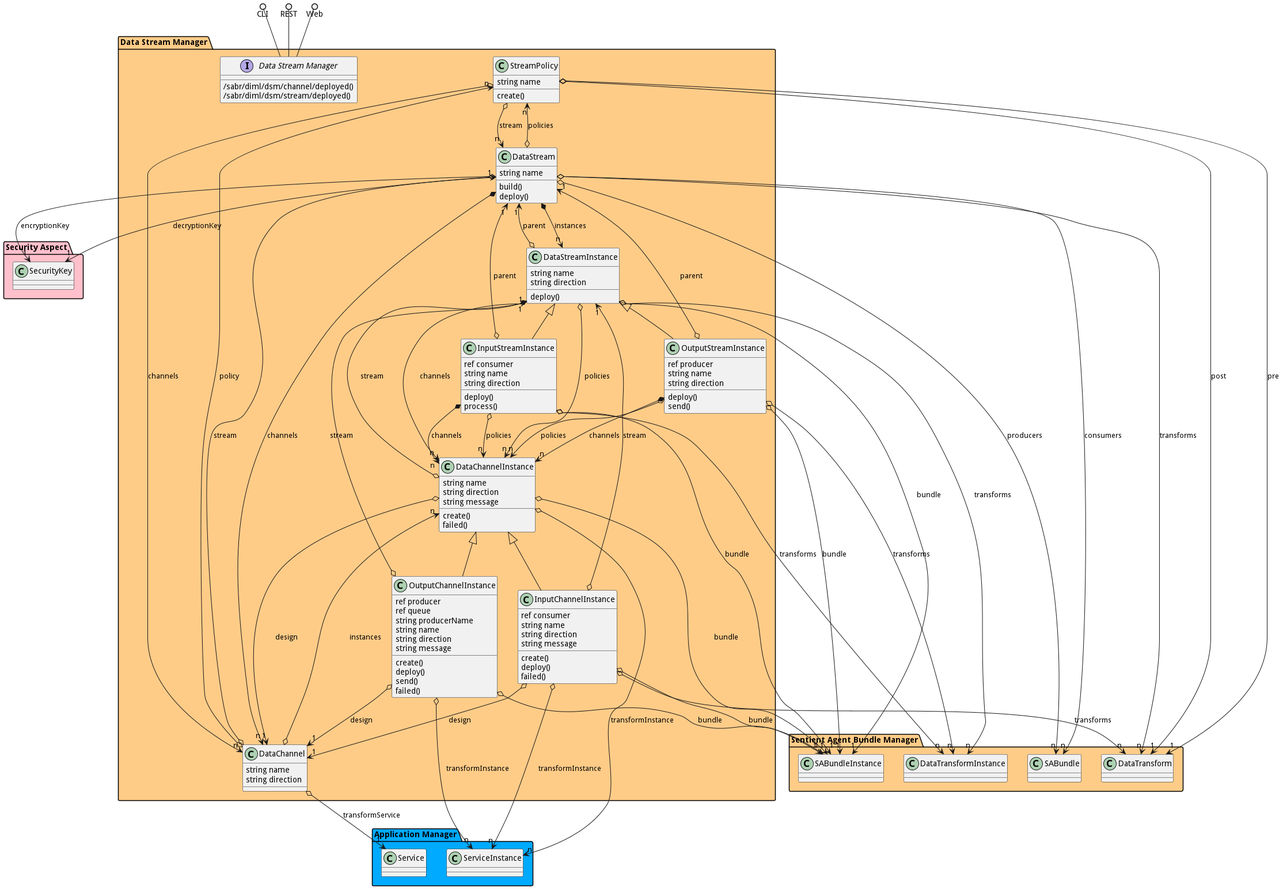
Earlier version of the PlantUML export docs/sabr/diml/dsm/logical.png (madajaju/sabr).
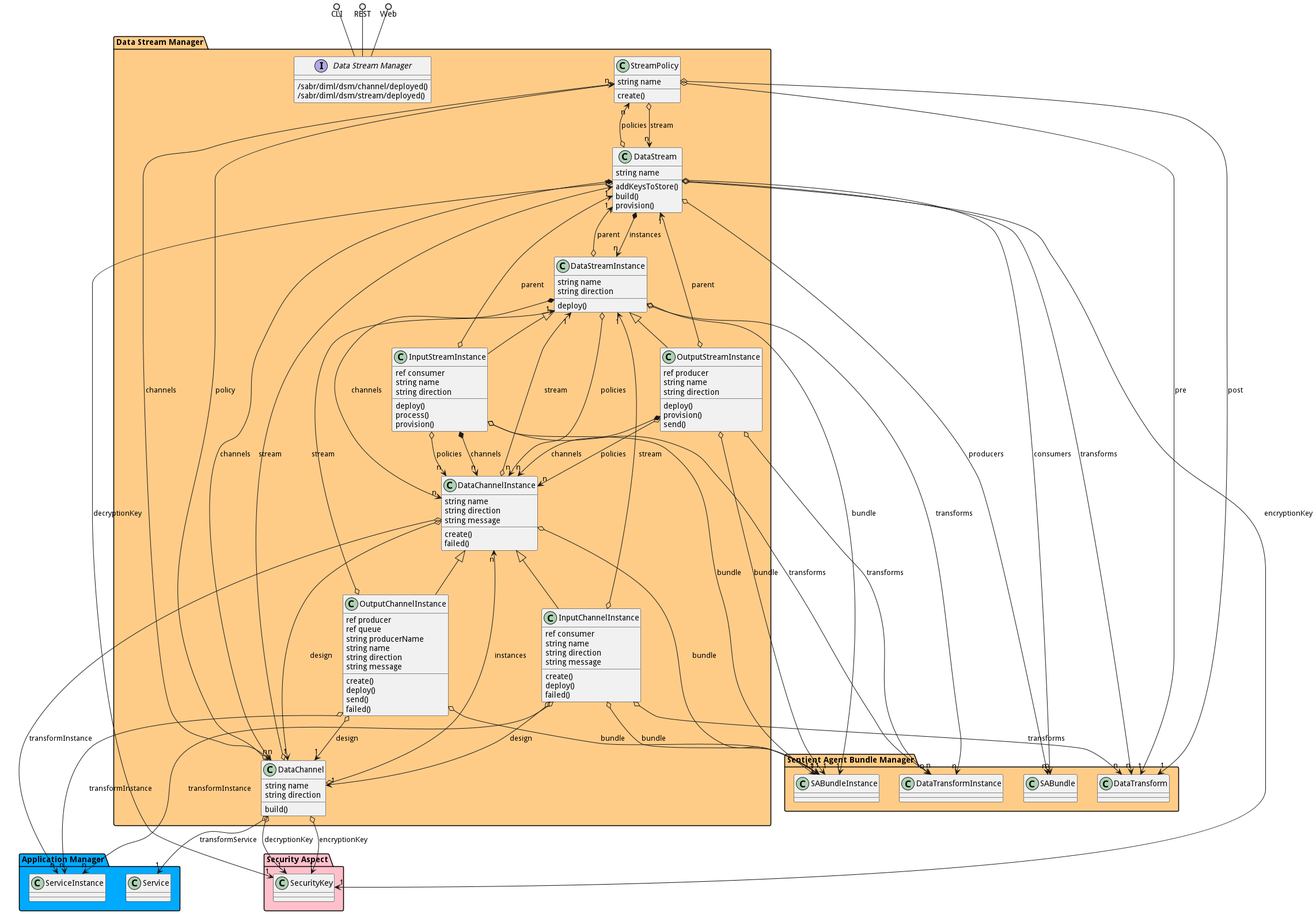
After the commit.

Diff of the diagram source:
```diff
@@ -28,6 +28,12 @@
         }
     }
 
+package "Security Aspect" #pink {
+
+        class SecurityKey {
+        }
+    }
+
 package "Sentient Agent Bundle Manager" #ffcc88 {
 
         class SABundleInstance {
@@ -40,12 +46,6 @@
         }
 
         class DataTransformInstance {
-        }
-    }
-
-package "Security Aspect" #pink {
-
-        class SecurityKey {
         }
     }
 
@@ -67,11 +67,14 @@
         class "DataChannel" {
                  string name
                  string direction
-                    }
+                             build()
+            }
                 DataChannel o--> "1" Service : transformService
                         DataChannel o--> "n" StreamPolicy : policy
                         DataChannel o--> "n" DataChannelInstance : instances
                         DataChannel o--> "1" DataStream : stream
+                        DataChannel o--> "1" SecurityKey : encryptionKey
+                        DataChannel o--> "1" SecurityKey : decryptionKey
 
 
     class "DataChannelInstance" {
@@ -89,8 +92,9 @@
 
     class "DataStream" {
                  string name
-                             build()
-                     deploy()
+                             addKeysToStore()
+                     build()
+                     provision()
             }
                 DataStream o--> "n" StreamPolicy : policies
                         DataStream *--> "n" DataChannel : channels
@@ -138,6 +142,7 @@
                  string direction
                              deploy()
                      process()
+                     provision()
             }
                 InputStreamInstance o--> "1" DataStream : parent
                         InputStreamInstance o--> "1" SABundleInstance : bundle
@@ -173,6 +178,7 @@
                  string name
                  string direction
                              deploy()
+                     provision()
                      send()
             }
                 OutputStreamInstance o--> "1" DataStream : parent
```
